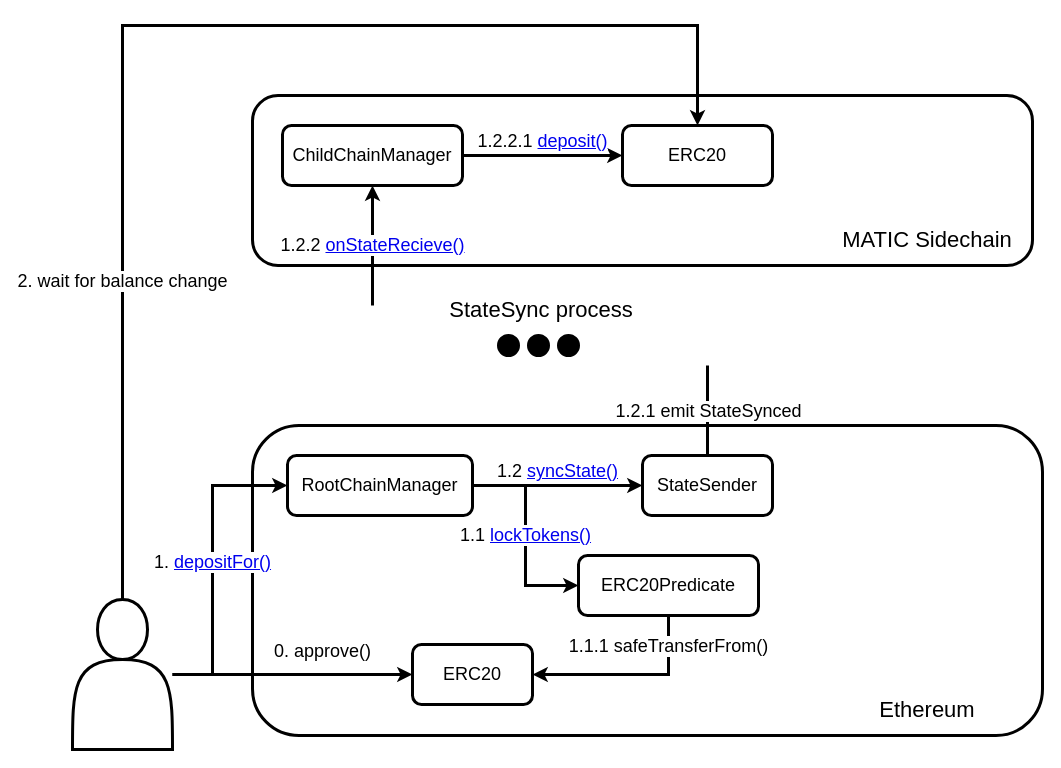
Before: img/Deposit.drawio in dmitrygulevich2000/polygon-examples, a draw.io diagram. Source tidied: cells renumbered, new cells numbered last; positions are measured from the earlier drawing's top-left corner, leaving out a move shared by most shapes. Both pictures are drawn from the tidied source at 100%, with x=0, y=0 at pixel (72, 25).
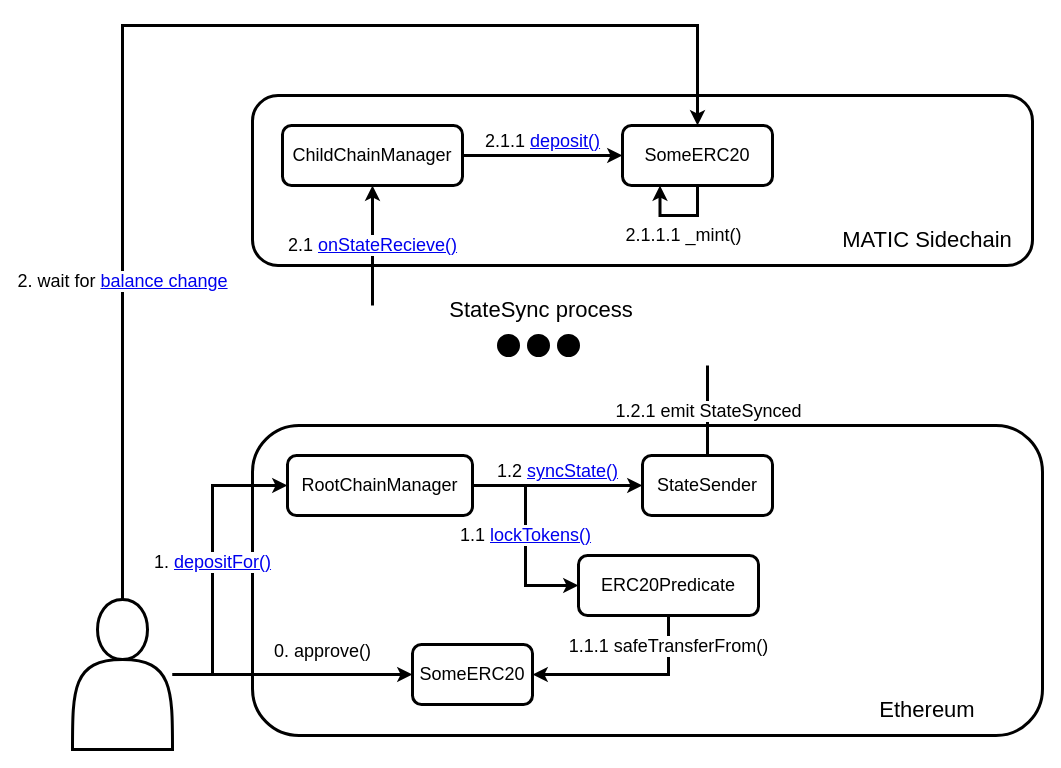
Above is the later version.

Commit message (it also covers changes not shown here):
deposit img improved

Unchanged cells that the change refers to:
```xml
<mxCell id="5" style="shape=actor;whiteSpace=wrap;html=1;fontSize=18;strokeWidth=3;shadow=0;" parent="1" vertex="1">
  <mxGeometry y="574" width="100" height="150" as="geometry" />
</mxCell>
<mxCell id="20" value="&lt;font style=&quot;font-size: 18px;&quot;&gt;ChildChainManager&lt;/font&gt;" style="rounded=1;whiteSpace=wrap;html=1;fontSize=18;strokeWidth=3;shadow=0;" parent="1" vertex="1">
  <mxGeometry x="210" y="100" width="180" height="60" as="geometry" />
</mxCell>
```

Diff of the diagram source:
```diff
@@
-    <mxCell id="10" value="&lt;font style=&quot;font-size: 18px;&quot;&gt;ERC20&lt;/font&gt;" style="rounded=1;whiteSpace=wrap;html=1;fontSize=18;strokeWidth=3;shadow=0;" parent="1" vertex="1">
+    <mxCell id="10" value="&lt;font style=&quot;font-size: 18px;&quot;&gt;SomeERC20&lt;/font&gt;" style="rounded=1;whiteSpace=wrap;html=1;fontSize=18;strokeWidth=3;shadow=0;" parent="1" vertex="1">
       <mxGeometry x="340" y="619" width="120" height="60" as="geometry" />
     </mxCell>
@@
-    <mxCell id="18" value="&lt;span style=&quot;font-size: 18px;&quot;&gt;1.2.2 &lt;a href=&quot;https://github.com/maticnetwork/pos-portal/blob/master/contracts/child/ChildChainManager/ChildChainManager.sol#L57&quot;&gt;onStateRecieve()&lt;/a&gt;&lt;/span&gt;" style="edgeStyle=orthogonalEdgeStyle;rounded=0;jettySize=auto;html=1;exitX=0.5;exitY=1;exitDx=0;exitDy=0;endArrow=none;endFill=0;startArrow=classic;startFill=1;fontSize=18;strokeWidth=3;shadow=0;" parent="1" edge="1" source="20">
+    <mxCell id="18" value="&lt;span style=&quot;font-size: 18px;&quot;&gt;2.1&amp;nbsp;&lt;a href=&quot;https://github.com/maticnetwork/pos-portal/blob/master/contracts/child/ChildChainManager/ChildChainManager.sol#L57&quot;&gt;onStateRecieve()&lt;/a&gt;&lt;/span&gt;" style="edgeStyle=orthogonalEdgeStyle;rounded=0;jettySize=auto;html=1;exitX=0.5;exitY=1;exitDx=0;exitDy=0;endArrow=none;endFill=0;startArrow=classic;startFill=1;fontSize=18;strokeWidth=3;shadow=0;" parent="1" edge="1" source="20">
       <mxGeometry relative="1" as="geometry">
         <mxPoint x="300" y="280" as="targetPoint" />
       </mxGeometry>
     </mxCell>
-    <mxCell id="19" value="1.2.2.1&amp;nbsp;&lt;a href=&quot;https://github.com/maticnetwork/pos-portal/blob/master/contracts/child/ChildToken/ChildERC20.sol#L51&quot;&gt;deposit()&lt;/a&gt;" style="edgeStyle=orthogonalEdgeStyle;rounded=0;jettySize=auto;html=1;entryX=0;entryY=0.5;entryDx=0;entryDy=0;fontSize=18;verticalAlign=bottom;strokeWidth=3;shadow=0;" parent="1" edge="1" source="20" target="21">
+    <mxCell id="19" value="2.1.1&amp;nbsp;&lt;a href=&quot;https://github.com/maticnetwork/pos-portal/blob/master/contracts/child/ChildToken/ChildERC20.sol#L51&quot;&gt;deposit()&lt;/a&gt;" style="edgeStyle=orthogonalEdgeStyle;rounded=0;jettySize=auto;html=1;entryX=0;entryY=0.5;entryDx=0;entryDy=0;fontSize=18;verticalAlign=bottom;strokeWidth=3;shadow=0;" parent="1" edge="1" source="20" target="21">
       <mxGeometry relative="1" as="geometry" />
     </mxCell>
@@
-    <mxCell id="21" value="&lt;font style=&quot;font-size: 18px;&quot;&gt;ERC20&lt;/font&gt;" style="rounded=1;whiteSpace=wrap;html=1;fontSize=18;strokeWidth=3;shadow=0;" parent="1" vertex="1">
+    <mxCell id="21" value="&lt;font style=&quot;font-size: 18px;&quot;&gt;SomeERC20&lt;/font&gt;" style="rounded=1;whiteSpace=wrap;html=1;fontSize=18;strokeWidth=3;shadow=0;" parent="1" vertex="1">
       <mxGeometry x="550" y="100" width="150" height="60" as="geometry" />
     </mxCell>
-    <mxCell id="22" value="2. wait for balance change" style="edgeStyle=orthogonalEdgeStyle;rounded=0;jettySize=auto;html=1;fontSize=18;strokeWidth=3;shadow=0;entryX=0.5;entryY=0;entryDx=0;entryDy=0;" parent="1" edge="1" source="5" target="21">
+    <mxCell id="22" value="2. wait for &lt;a href=&quot;https://github.com/maticnetwork/matic.js/blob/master/src/utils/bridge_client.ts#L24&quot;&gt;balance change&lt;/a&gt;" style="edgeStyle=orthogonalEdgeStyle;rounded=0;jettySize=auto;html=1;fontSize=18;strokeWidth=3;shadow=0;entryX=0.5;entryY=0;entryDx=0;entryDy=0;" parent="1" edge="1" source="5" target="21">
       <mxGeometry x="-0.49" relative="1" as="geometry">
         <Array as="points">
           <mxPoint x="50" />
           <mxPoint x="625" />
         </Array>
       </mxGeometry>
     </mxCell>
@@
+    <mxCell id="26" value="2.1.1.1 _mint()" style="edgeStyle=orthogonalEdgeStyle;rounded=0;orthogonalLoop=1;jettySize=auto;html=1;exitX=0.5;exitY=1;exitDx=0;exitDy=0;entryX=0.25;entryY=1;entryDx=0;entryDy=0;strokeWidth=3;fontSize=18;" parent="1" edge="1" source="21" target="21">
+      <mxGeometry x="-0.1" y="20" relative="1" as="geometry">
+        <Array as="points">
+          <mxPoint x="625" y="190" />
+          <mxPoint x="588" y="190" />
+        </Array>
+      </mxGeometry>
+    </mxCell>
```
